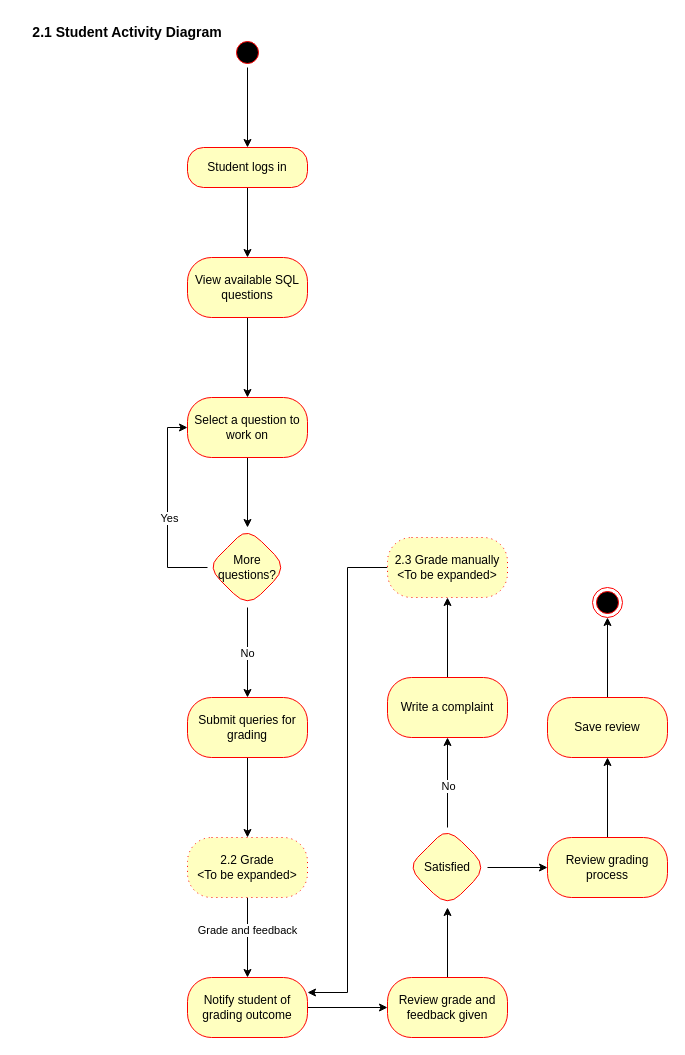
Before: page "Page-2" (2 of 2) of uml.drawio in berniegach/uml_socoles, a draw.io diagram. Source tidied: cells renumbered, new cells numbered last; positions are measured from the earlier drawing's top-left corner, leaving out a move shared by most shapes. Both pictures are drawn from the tidied source at 100%, with x=0, y=0 at pixel (17, 17).
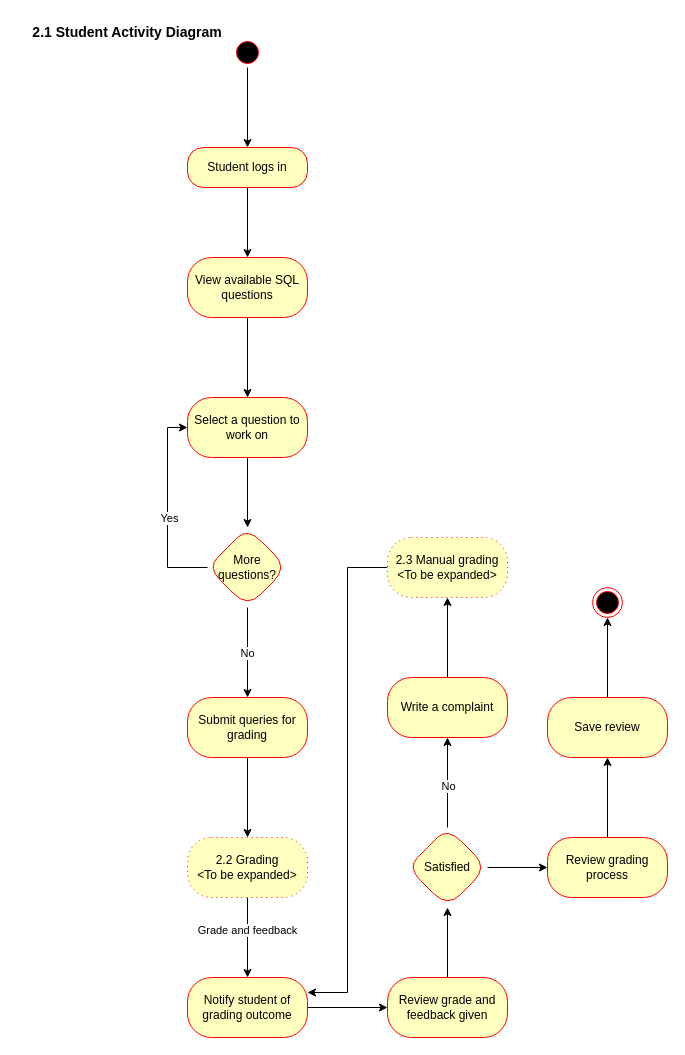
The same diagram, later.

Change to the diagram source:
```diff
@@
-    <mxCell id="20" value="2.2 Grade&lt;br&gt;&amp;lt;To be expanded&amp;gt;" style="whiteSpace=wrap;html=1;fillColor=#ffffc0;strokeColor=#ff0000;fontColor=#000000;rounded=1;arcSize=40;gradientColor=none;dashed=1;dashPattern=1 4;" parent="1" vertex="1">
+    <mxCell id="20" value="2.2 Grading&lt;br&gt;&amp;lt;To be expanded&amp;gt;" style="whiteSpace=wrap;html=1;fillColor=#ffffc0;strokeColor=#ff0000;fontColor=#000000;rounded=1;arcSize=40;gradientColor=none;dashed=1;dashPattern=1 4;" parent="1" vertex="1">
       <mxGeometry x="170" y="820" width="120" height="60" as="geometry" />
     </mxCell>
@@
-    <mxCell id="32" value="2.3 Grade manually&lt;br&gt;&amp;lt;To be expanded&amp;gt;" style="whiteSpace=wrap;html=1;fillColor=#ffffc0;strokeColor=#ff0000;fontColor=#000000;rounded=1;arcSize=40;dashed=1;dashPattern=1 4;" parent="1" vertex="1">
+    <mxCell id="32" value="2.3 Manual grading&lt;br&gt;&amp;lt;To be expanded&amp;gt;" style="whiteSpace=wrap;html=1;fillColor=#ffffc0;strokeColor=#ff0000;fontColor=#000000;rounded=1;arcSize=40;dashed=1;dashPattern=1 4;" parent="1" vertex="1">
       <mxGeometry x="370" y="520" width="120" height="60" as="geometry" />
     </mxCell>
```
